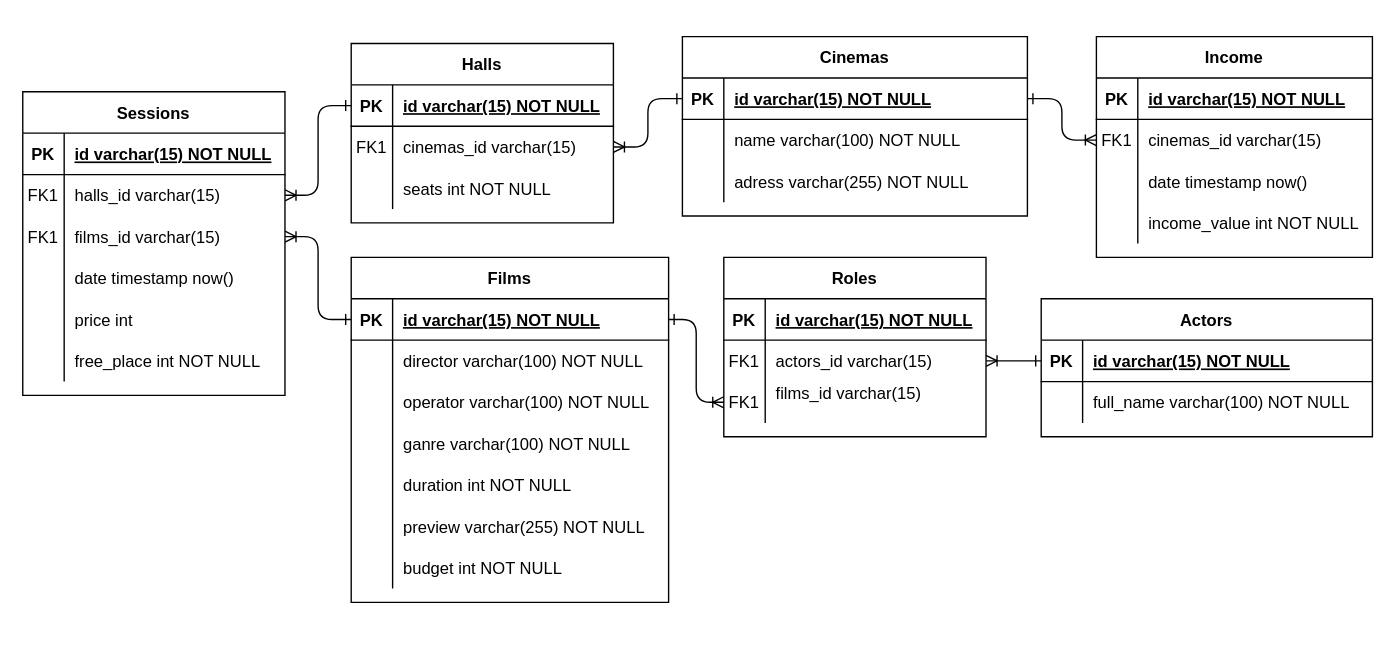
Above: BD.drawio in VanyaKupnevskij/cinema_backend (draw.io), before the change. Source tidied: cells renumbered, new cells numbered last; positions are measured from the earlier drawing's top-left corner, leaving out a move shared by most shapes. Both pictures are drawn from the tidied source at 138%, with x=0, y=0 at pixel (22, 36).
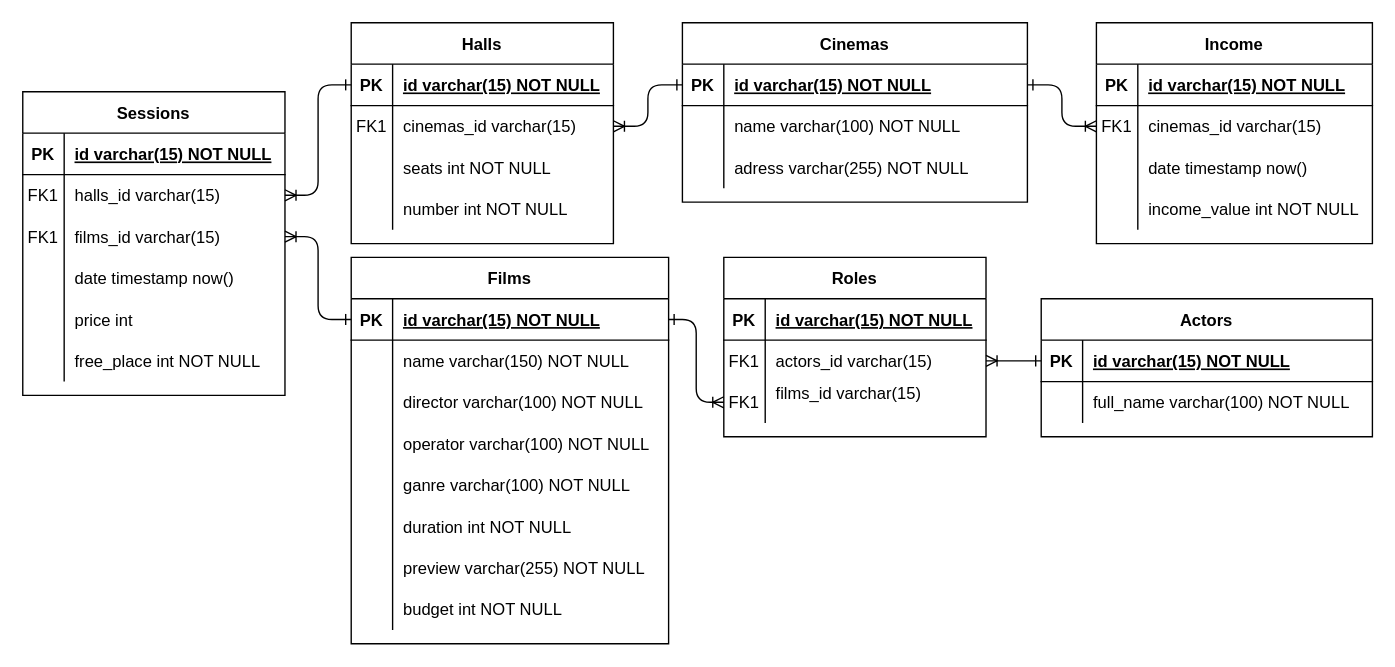
The same diagram, later.

Change to the diagram source:
```diff
@@
     <mxCell id="31" value="Films" style="shape=table;startSize=30;childLayout=tableLayout;rowLines=0;fontStyle=1;align=center;" parent="1" vertex="1">
-      <mxGeometry x="238" y="160" width="230" height="250" as="geometry" />
+      <mxGeometry x="238" y="160" width="230" height="280" as="geometry" />
     </mxCell>
@@
+    <mxCell id="99" style="shape=partialRectangle;fillColor=none;top=0;left=0;right=0;bottom=0;" parent="31" vertex="1">
+      <mxGeometry y="60" width="230" height="30" as="geometry" />
+    </mxCell>
+    <mxCell id="100" style="shape=partialRectangle;overflow=hidden;fillColor=none;top=0;left=0;bottom=0;right=0;" parent="99" vertex="1">
+      <mxGeometry width="30" height="30" as="geometry" />
+    </mxCell>
+    <mxCell id="101" value="name varchar(150) NOT NULL" style="shape=partialRectangle;overflow=hidden;fillColor=none;top=0;left=0;bottom=0;right=0;align=left;spacingLeft=6;" parent="99" vertex="1">
+      <mxGeometry x="30" width="200" height="30" as="geometry" />
+    </mxCell>
     <mxCell id="35" style="shape=partialRectangle;fillColor=none;top=0;left=0;right=0;bottom=0;" parent="31" vertex="1">
-      <mxGeometry y="60" width="230" height="30" as="geometry" />
+      <mxGeometry y="90" width="230" height="30" as="geometry" />
     </mxCell>
@@
     <mxCell id="38" style="shape=partialRectangle;fillColor=none;top=0;left=0;right=0;bottom=0;" parent="31" vertex="1">
-      <mxGeometry y="90" width="230" height="30" as="geometry" />
+      <mxGeometry y="120" width="230" height="30" as="geometry" />
     </mxCell>
@@
     <mxCell id="41" style="shape=partialRectangle;fillColor=none;top=0;left=0;right=0;bottom=0;" parent="31" vertex="1">
-      <mxGeometry y="120" width="230" height="30" as="geometry" />
+      <mxGeometry y="150" width="230" height="30" as="geometry" />
     </mxCell>
@@
     <mxCell id="44" style="shape=partialRectangle;fillColor=none;top=0;left=0;right=0;bottom=0;" parent="31" vertex="1">
-      <mxGeometry y="150" width="230" height="30" as="geometry" />
+      <mxGeometry y="180" width="230" height="30" as="geometry" />
     </mxCell>
@@
     <mxCell id="47" style="shape=partialRectangle;fillColor=none;top=0;left=0;right=0;bottom=0;" parent="31" vertex="1">
-      <mxGeometry y="180" width="230" height="30" as="geometry" />
+      <mxGeometry y="210" width="230" height="30" as="geometry" />
     </mxCell>
@@
     <mxCell id="50" style="shape=partialRectangle;fillColor=none;top=0;left=0;right=0;bottom=0;" parent="31" vertex="1">
-      <mxGeometry y="210" width="230" height="30" as="geometry" />
+      <mxGeometry y="240" width="230" height="30" as="geometry" />
     </mxCell>
@@
     <mxCell id="53" value="Halls" style="shape=table;startSize=30;childLayout=tableLayout;rowLines=0;fontStyle=1;align=center;" parent="1" vertex="1">
-      <mxGeometry x="238" y="5" width="190" height="130" as="geometry" />
+      <mxGeometry x="238" y="-10" width="190" height="160" as="geometry" />
     </mxCell>
@@
+    <mxCell id="102" style="shape=partialRectangle;fillColor=none;top=0;left=0;right=0;bottom=0;" parent="53" vertex="1">
+      <mxGeometry y="120" width="190" height="30" as="geometry" />
+    </mxCell>
+    <mxCell id="103" style="shape=partialRectangle;overflow=hidden;fillColor=none;top=0;left=0;bottom=0;right=0;" parent="102" vertex="1">
+      <mxGeometry width="30" height="30" as="geometry" />
+    </mxCell>
+    <mxCell id="104" value="number int NOT NULL" style="shape=partialRectangle;overflow=hidden;fillColor=none;top=0;left=0;bottom=0;right=0;align=left;spacingLeft=6;" parent="102" vertex="1">
+      <mxGeometry x="30" width="160" height="30" as="geometry" />
+    </mxCell>
@@
     <mxCell id="66" value="Cinemas" style="shape=table;startSize=30;childLayout=tableLayout;rowLines=0;fontStyle=1;align=center;" parent="1" vertex="1">
-      <mxGeometry x="478" width="250" height="130" as="geometry" />
+      <mxGeometry x="478" y="-10" width="250" height="130" as="geometry" />
     </mxCell>
@@
     <mxCell id="76" value="Income" style="shape=table;startSize=30;childLayout=tableLayout;rowLines=0;fontStyle=1;align=center;" parent="1" vertex="1">
-      <mxGeometry x="778" width="200" height="160" as="geometry" />
+      <mxGeometry x="778" y="-10" width="200" height="160" as="geometry" />
     </mxCell>
```
